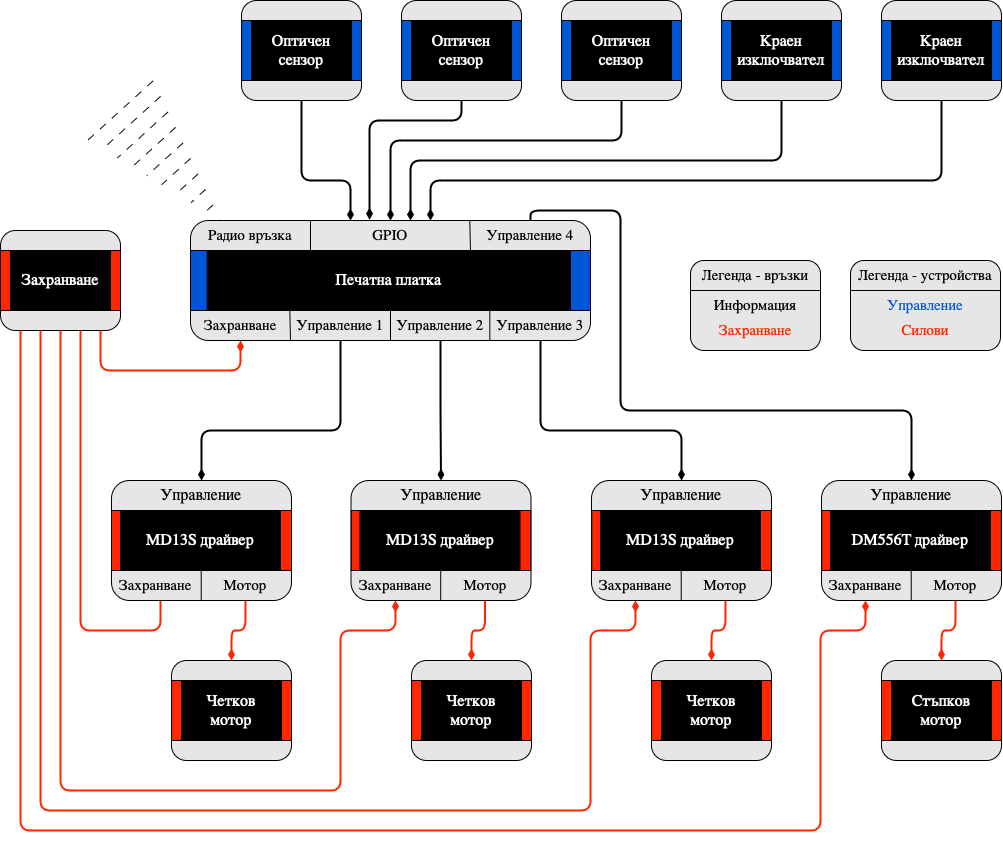
Before: documentation/documentation/images/block-schema-robot.png, a diagram exported from draw.io (Sashabg1228/dread). Source tidied: cells renumbered, new cells last; positions are measured from the earlier drawing's top-left corner, leaving out a move shared by most shapes.
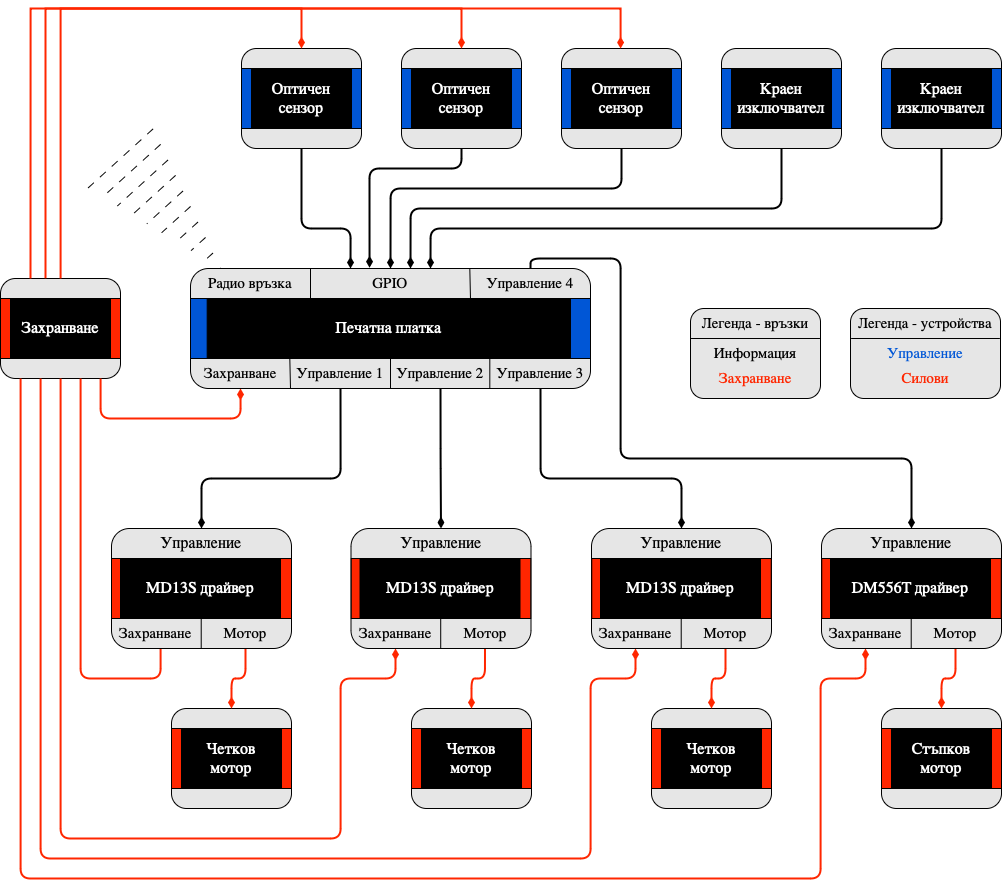
The same diagram one commit later.

Change to the diagram source:
```diff
@@ -460,5 +460,30 @@
         <mxPoint x="910.7" y="570" as="targetPoint" />
       </mxGeometry>
     </mxCell>
+    <mxCell id="116" style="edgeStyle=orthogonalEdgeStyle;rounded=0;jettySize=auto;html=1;entryX=0.5;entryY=0;entryDx=0;entryDy=0;strokeWidth=2;strokeColor=#ff2600;endArrow=diamondThin;endFill=1;exitX=0.375;exitY=-0.002;exitDx=0;exitDy=0;exitPerimeter=0;" parent="1" edge="1" source="3" target="23">
+      <mxGeometry relative="1" as="geometry">
+        <Array as="points">
+          <mxPoint x="45" y="-40" />
+          <mxPoint x="620" y="-40" />
+          <mxPoint x="620" />
+        </Array>
+      </mxGeometry>
+    </mxCell>
+    <mxCell id="117" style="edgeStyle=orthogonalEdgeStyle;rounded=0;jettySize=auto;html=1;entryX=0.5;entryY=0;entryDx=0;entryDy=0;strokeWidth=2;strokeColor=#ff2600;endArrow=diamondThin;endFill=1;" parent="1" edge="1" source="3" target="31">
+      <mxGeometry relative="1" as="geometry">
+        <Array as="points">
+          <mxPoint x="60" y="-40" />
+          <mxPoint x="461" y="-40" />
+        </Array>
+      </mxGeometry>
+    </mxCell>
+    <mxCell id="118" style="edgeStyle=orthogonalEdgeStyle;rounded=0;jettySize=auto;html=1;entryX=0.5;entryY=0;entryDx=0;entryDy=0;exitX=0.25;exitY=0;exitDx=0;exitDy=0;strokeWidth=2;endArrow=diamondThin;endFill=1;strokeColor=#ff2600;" parent="1" edge="1" source="3" target="35">
+      <mxGeometry relative="1" as="geometry">
+        <Array as="points">
+          <mxPoint x="30" y="-40" />
+          <mxPoint x="301" y="-40" />
+        </Array>
+      </mxGeometry>
+    </mxCell>
   </root>
 </mxGraphModel>
```
